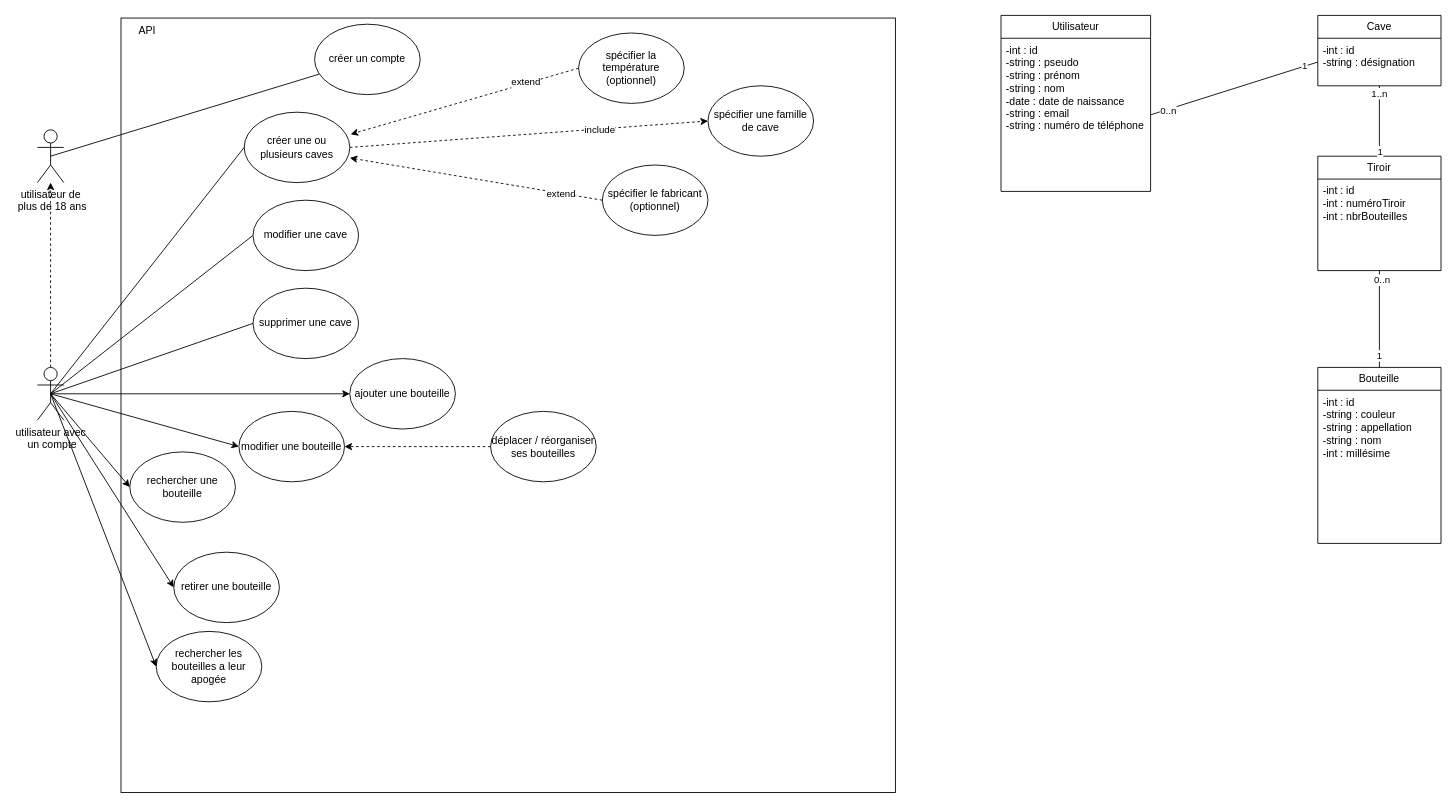
Before: Diagrams/CapEntreprise.drawio in Nours99/CapEntreprise, a draw.io diagram. Source tidied: cells renumbered, new cells numbered last; positions are measured from the earlier drawing's top-left corner, leaving out a move shared by most shapes. Both pictures are drawn from the tidied source at 88%, with x=0, y=0 at pixel (37, 15).
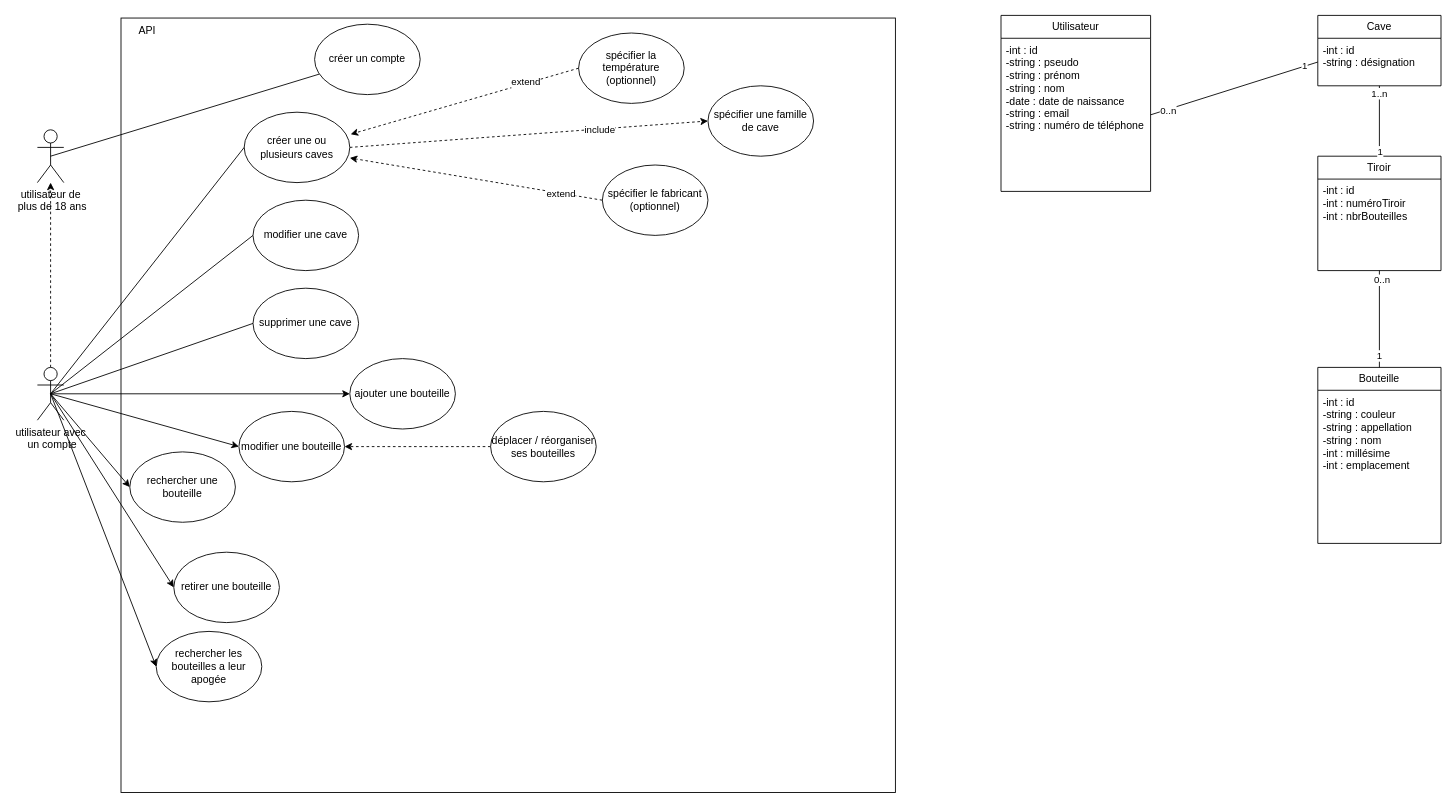
After the change.

Commit message:
Mettre à jour CapEntreprise.drawio

The change refers to these unchanged cells:
```xml
<mxCell id="38" value="Bouteille" style="swimlane;fontStyle=0;horizontal=1;startSize=26;fillColor=none;whiteSpace=wrap;html=1;" parent="1" vertex="1">
  <mxGeometry x="1455" y="400" width="140" height="200" as="geometry" />
</mxCell>
```

The edit, as a diff of the source:
```diff
@@
-    <mxCell id="39" value="&lt;div&gt;-int : id&lt;/div&gt;-string : couleur&lt;div&gt;-string : appellation&lt;br&gt;&lt;/div&gt;&lt;div&gt;-string : nom&lt;div&gt;-int : millésime&lt;/div&gt;&lt;/div&gt;" style="text;strokeColor=none;fillColor=none;align=left;verticalAlign=top;spacingLeft=4;spacingRight=4;overflow=hidden;whiteSpace=wrap;html=1;" parent="38" vertex="1">
+    <mxCell id="39" value="&lt;div&gt;-int : id&lt;/div&gt;-string : couleur&lt;div&gt;-string : appellation&lt;br&gt;&lt;/div&gt;&lt;div&gt;-string : nom&lt;div&gt;-int : millésime&lt;/div&gt;&lt;/div&gt;&lt;div&gt;-int : emplacement&lt;/div&gt;" style="text;strokeColor=none;fillColor=none;align=left;verticalAlign=top;spacingLeft=4;spacingRight=4;overflow=hidden;whiteSpace=wrap;html=1;" parent="38" vertex="1">
       <mxGeometry y="26" width="140" height="174" as="geometry" />
     </mxCell>
```
